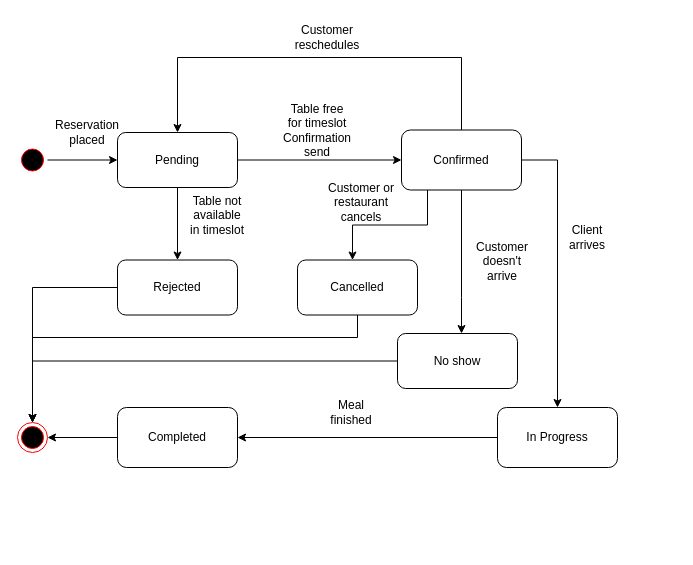
Above: State Diagrams/Reservation states.drawio in Lukap42/SWE1_Project (draw.io), before the change. Source tidied: cells renumbered, new cells numbered last; positions are measured from the earlier drawing's top-left corner, leaving out a move shared by most shapes. Both pictures are drawn from the tidied source at 100%, with x=0, y=0 at pixel (17, 17).
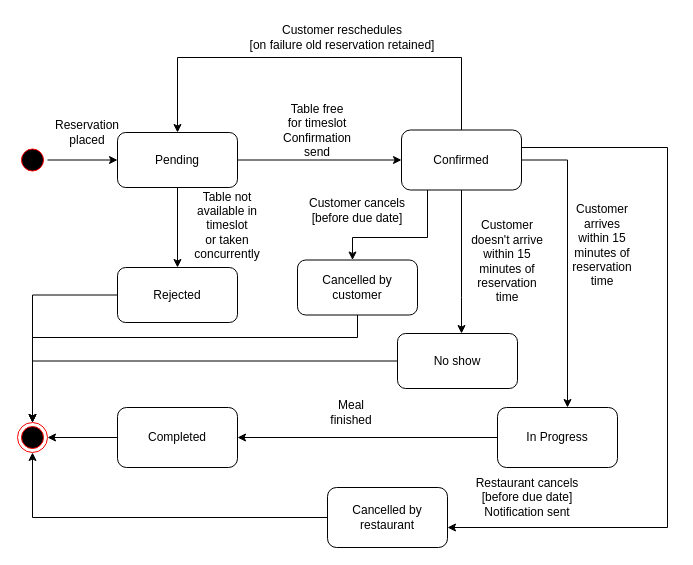
Above is the later version.

Commit message (it also covers changes not shown here):
fixed state diagrams

Unchanged cells that the change refers to:
```xml
<mxCell id="3" style="ellipse;html=1;shape=endState;fillColor=light-dark(#000000,#000000);strokeColor=light-dark(#FF0000,#000000);" parent="1" vertex="1">
  <mxGeometry y="405" width="30" height="30" as="geometry" />
</mxCell>
<mxCell id="13" value="Confirmed" style="rounded=1;whiteSpace=wrap;html=1;roundedPerimeter=1;strokeColor=light-dark(#000000,#000000);" parent="1" vertex="1">
  <mxGeometry x="384" y="112.5" width="120" height="60" as="geometry" />
</mxCell>
<mxCell id="17" value="In Progress" style="rounded=1;whiteSpace=wrap;html=1;roundedPerimeter=1;strokeColor=light-dark(#000000,#000000);" parent="1" vertex="1">
  <mxGeometry x="480" y="390" width="120" height="60" as="geometry" />
</mxCell>
```

What changed in the source:
```diff
@@
     <mxCell id="9" style="edgeStyle=orthogonalEdgeStyle;rounded=0;jettySize=auto;html=1;defaultLabelBackgroundColor=page;strokeColor=light-dark(#000000,#000000);" parent="1" edge="1" source="13" target="17">
       <mxGeometry relative="1" as="geometry">
         <Array as="points">
-          <mxPoint x="540" y="142.5" />
+          <mxPoint x="550" y="142.5" />
         </Array>
       </mxGeometry>
     </mxCell>
@@
     <mxCell id="11" style="edgeStyle=orthogonalEdgeStyle;rounded=0;jettySize=auto;html=1;defaultLabelBackgroundColor=page;strokeColor=light-dark(#000000,#000000);" parent="1" edge="1" source="13" target="22">
       <mxGeometry x="-0.23" relative="1" as="geometry">
         <Array as="points">
-          <mxPoint x="410" y="207.5" />
-          <mxPoint x="335" y="207.5" />
+          <mxPoint x="410" y="220" />
+          <mxPoint x="335" y="220" />
         </Array>
       </mxGeometry>
     </mxCell>
@@
+    <mxCell id="31" style="edgeStyle=orthogonalEdgeStyle;rounded=0;jettySize=auto;html=1;defaultLabelBackgroundColor=page;strokeColor=light-dark(#000000,#000000);" parent="1" edge="1" source="13" target="32">
+      <mxGeometry x="0.51" relative="1" as="geometry">
+        <Array as="points">
+          <mxPoint x="650" y="130" />
+          <mxPoint x="650" y="510" />
+        </Array>
+      </mxGeometry>
+    </mxCell>
@@
-    <mxCell id="15" value="Client arrives" style="text;html=1;whiteSpace=wrap;strokeColor=none;fillColor=none;align=center;verticalAlign=middle;rounded=0;fontColor=light-dark(#000000,#000000);" parent="1" vertex="1">
-      <mxGeometry x="540" y="205" width="60" height="30" as="geometry" />
+    <mxCell id="15" value="&lt;div&gt;Customer arrives&lt;/div&gt;&lt;div&gt;within 15 minutes of reservation time&lt;/div&gt;" style="text;html=1;whiteSpace=wrap;strokeColor=none;fillColor=none;align=center;verticalAlign=middle;rounded=0;fontColor=light-dark(#000000,#000000);" parent="1" vertex="1">
+      <mxGeometry x="550" y="212.5" width="70" height="30" as="geometry" />
     </mxCell>
@@
     <mxCell id="21" value="Rejected" style="rounded=1;whiteSpace=wrap;html=1;roundedPerimeter=1;strokeColor=light-dark(#000000,#000000);" parent="1" vertex="1">
-      <mxGeometry x="100" y="242.5" width="120" height="55" as="geometry" />
+      <mxGeometry x="100" y="250" width="120" height="55" as="geometry" />
     </mxCell>
-    <mxCell id="22" value="Cancelled" style="rounded=1;whiteSpace=wrap;html=1;roundedPerimeter=1;strokeColor=light-dark(#000000,#000000);" parent="1" vertex="1">
+    <mxCell id="22" value="Cancelled by customer" style="rounded=1;whiteSpace=wrap;html=1;roundedPerimeter=1;strokeColor=light-dark(#000000,#000000);" parent="1" vertex="1">
       <mxGeometry x="280" y="242.5" width="120" height="55" as="geometry" />
     </mxCell>
-    <mxCell id="23" value="Table not available in timeslot" style="text;html=1;whiteSpace=wrap;strokeColor=none;fillColor=none;align=center;verticalAlign=middle;rounded=0;fontColor=light-dark(#000000,#000000);" parent="1" vertex="1">
-      <mxGeometry x="170" y="182.5" width="60" height="30" as="geometry" />
+    <mxCell id="23" value="&lt;div&gt;Table not available in timeslot&lt;/div&gt;&lt;div&gt;or taken concurrently&lt;/div&gt;" style="text;html=1;whiteSpace=wrap;strokeColor=none;fillColor=none;align=center;verticalAlign=middle;rounded=0;fontColor=light-dark(#000000,#000000);" parent="1" vertex="1">
+      <mxGeometry x="170" y="200" width="80" height="16.5" as="geometry" />
     </mxCell>
@@
-    <mxCell id="25" value="Customer reschedules" style="text;html=1;whiteSpace=wrap;strokeColor=none;fillColor=none;align=center;verticalAlign=middle;rounded=0;fontColor=light-dark(#000000,#000000);" parent="1" vertex="1">
-      <mxGeometry x="280" width="60" height="40" as="geometry" />
+    <mxCell id="25" value="&lt;div&gt;Customer reschedules&lt;/div&gt;&lt;div&gt;[on failure old reservation retained]&lt;/div&gt;" style="text;html=1;whiteSpace=wrap;strokeColor=none;fillColor=none;align=center;verticalAlign=middle;rounded=0;fontColor=light-dark(#000000,#000000);" parent="1" vertex="1">
+      <mxGeometry x="230" width="190" height="40" as="geometry" />
     </mxCell>
-    <mxCell id="26" value="Customer or restaurant cancels" style="text;html=1;whiteSpace=wrap;strokeColor=none;fillColor=none;align=center;verticalAlign=middle;rounded=0;fontColor=light-dark(#000000,#000000);" parent="1" vertex="1">
-      <mxGeometry x="304" y="165" width="80" height="40" as="geometry" />
+    <mxCell id="26" value="Customer cancels [before due date]" style="text;html=1;whiteSpace=wrap;strokeColor=none;fillColor=none;align=center;verticalAlign=middle;rounded=0;fontColor=light-dark(#000000,#000000);" parent="1" vertex="1">
+      <mxGeometry x="280" y="172.5" width="120" height="40" as="geometry" />
     </mxCell>
@@
-    <mxCell id="28" value="Customer doesn't arrive" style="text;html=1;whiteSpace=wrap;strokeColor=none;fillColor=none;align=center;verticalAlign=middle;rounded=0;fontColor=light-dark(#000000,#000000);" parent="1" vertex="1">
-      <mxGeometry x="450" y="224" width="70" height="40" as="geometry" />
+    <mxCell id="28" value="Customer doesn't arrive within 15 minutes of reservation time" style="text;html=1;whiteSpace=wrap;strokeColor=none;fillColor=none;align=center;verticalAlign=middle;rounded=0;fontColor=light-dark(#000000,#000000);" parent="1" vertex="1">
+      <mxGeometry x="450" y="224" width="80" height="40" as="geometry" />
     </mxCell>
@@
+    <mxCell id="32" value="Cancelled by restaurant" style="rounded=1;whiteSpace=wrap;html=1;roundedPerimeter=1;strokeColor=light-dark(#000000,#000000);" parent="1" vertex="1">
+      <mxGeometry x="310" y="470" width="120" height="60" as="geometry" />
+    </mxCell>
+    <mxCell id="33" value="&lt;div&gt;Restaurant cancels [before due date]&lt;/div&gt;&lt;div&gt;Notification sent&lt;/div&gt;" style="text;html=1;whiteSpace=wrap;strokeColor=none;fillColor=none;align=center;verticalAlign=middle;rounded=0;fontColor=light-dark(#000000,#000000);" parent="1" vertex="1">
+      <mxGeometry x="450" y="460" width="120" height="40" as="geometry" />
+    </mxCell>
+    <mxCell id="34" style="edgeStyle=orthogonalEdgeStyle;rounded=0;jettySize=auto;html=1;defaultLabelBackgroundColor=page;strokeColor=light-dark(#000000,#000000);" parent="1" edge="1" source="32" target="3">
+      <mxGeometry x="0.02" relative="1" as="geometry" />
+    </mxCell>
```
